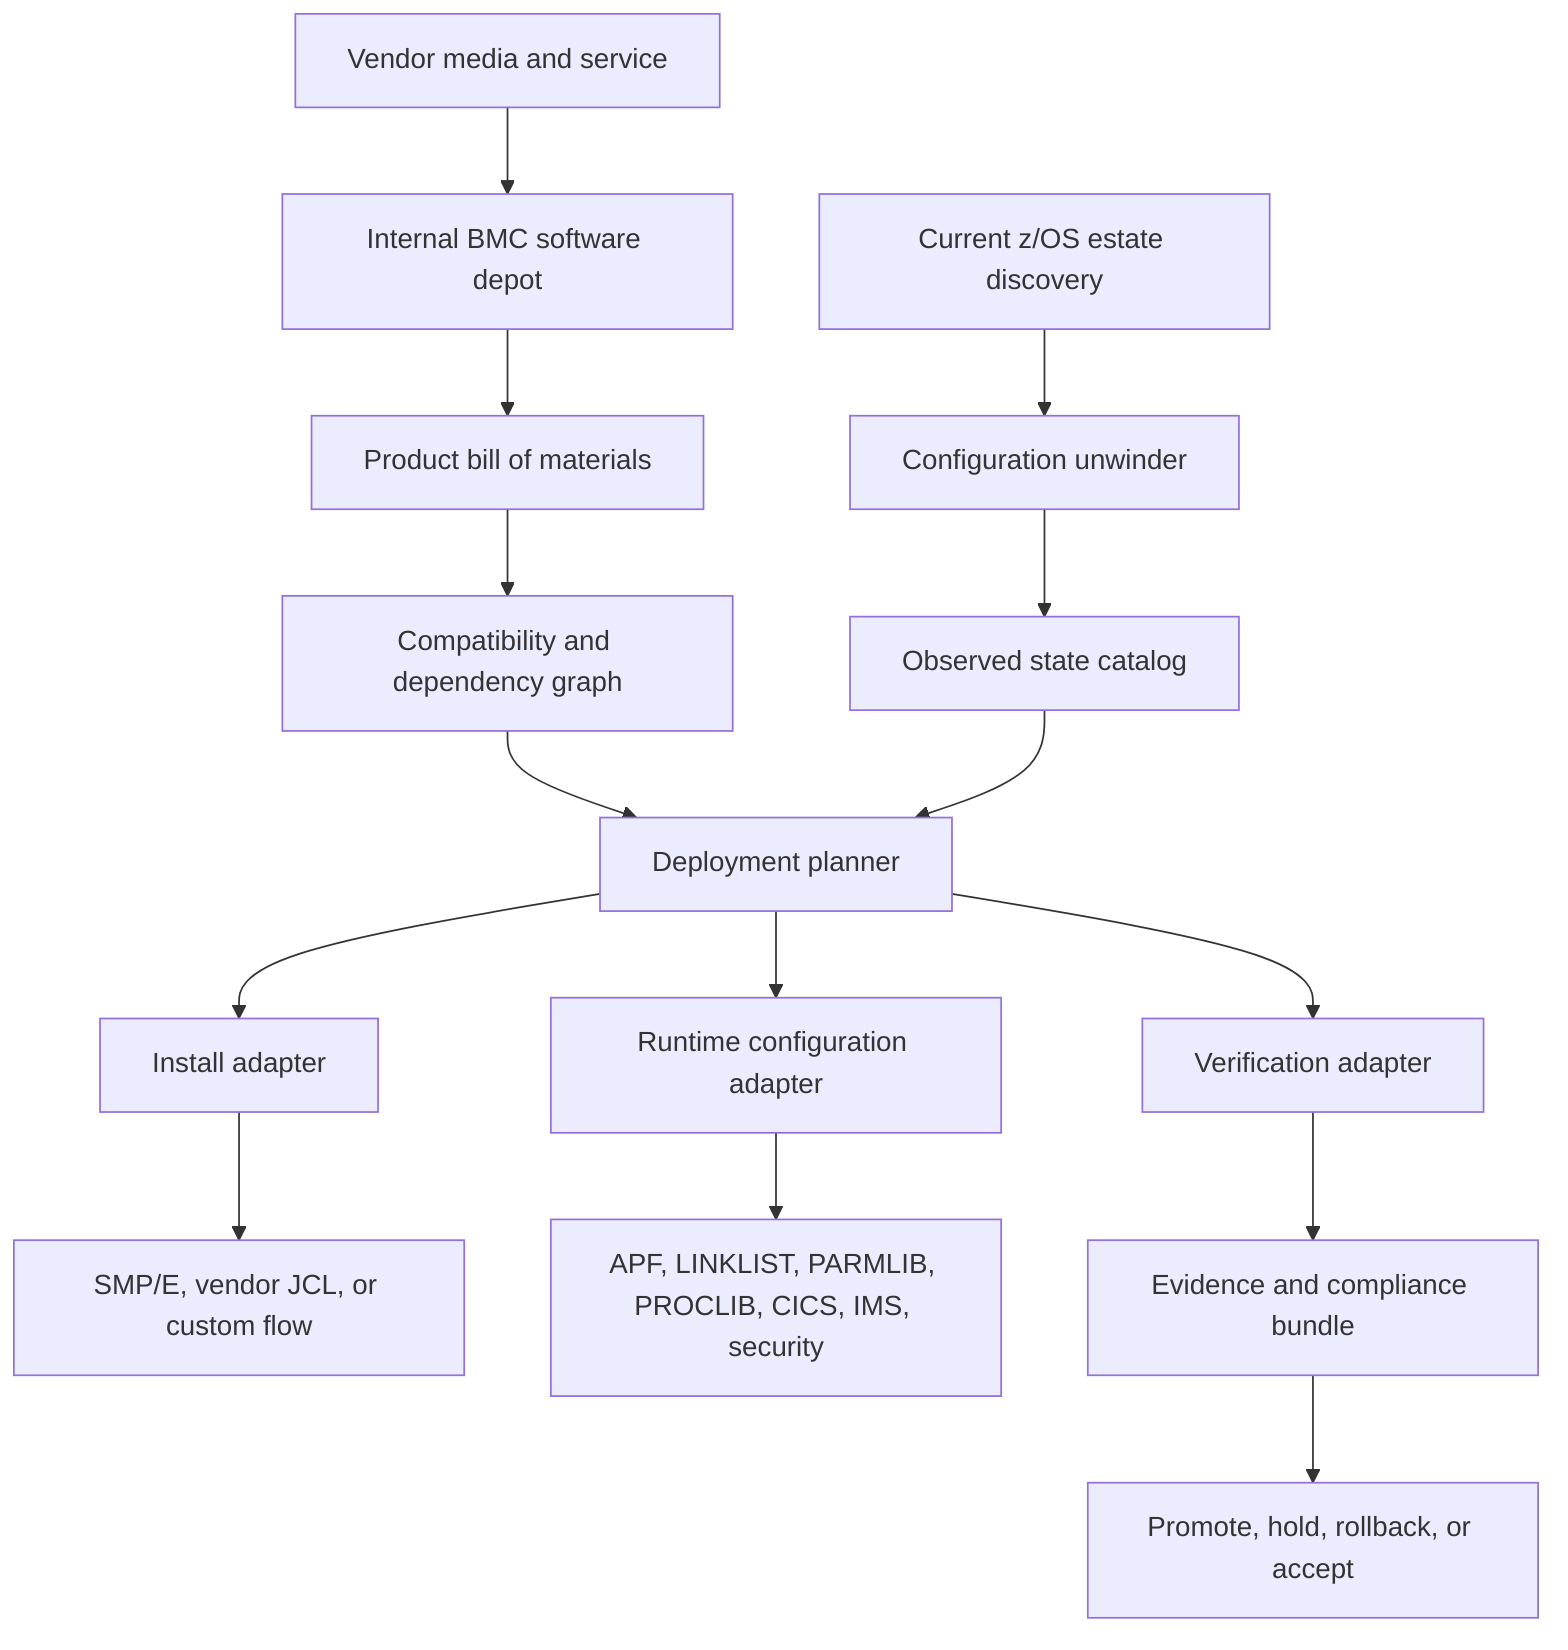
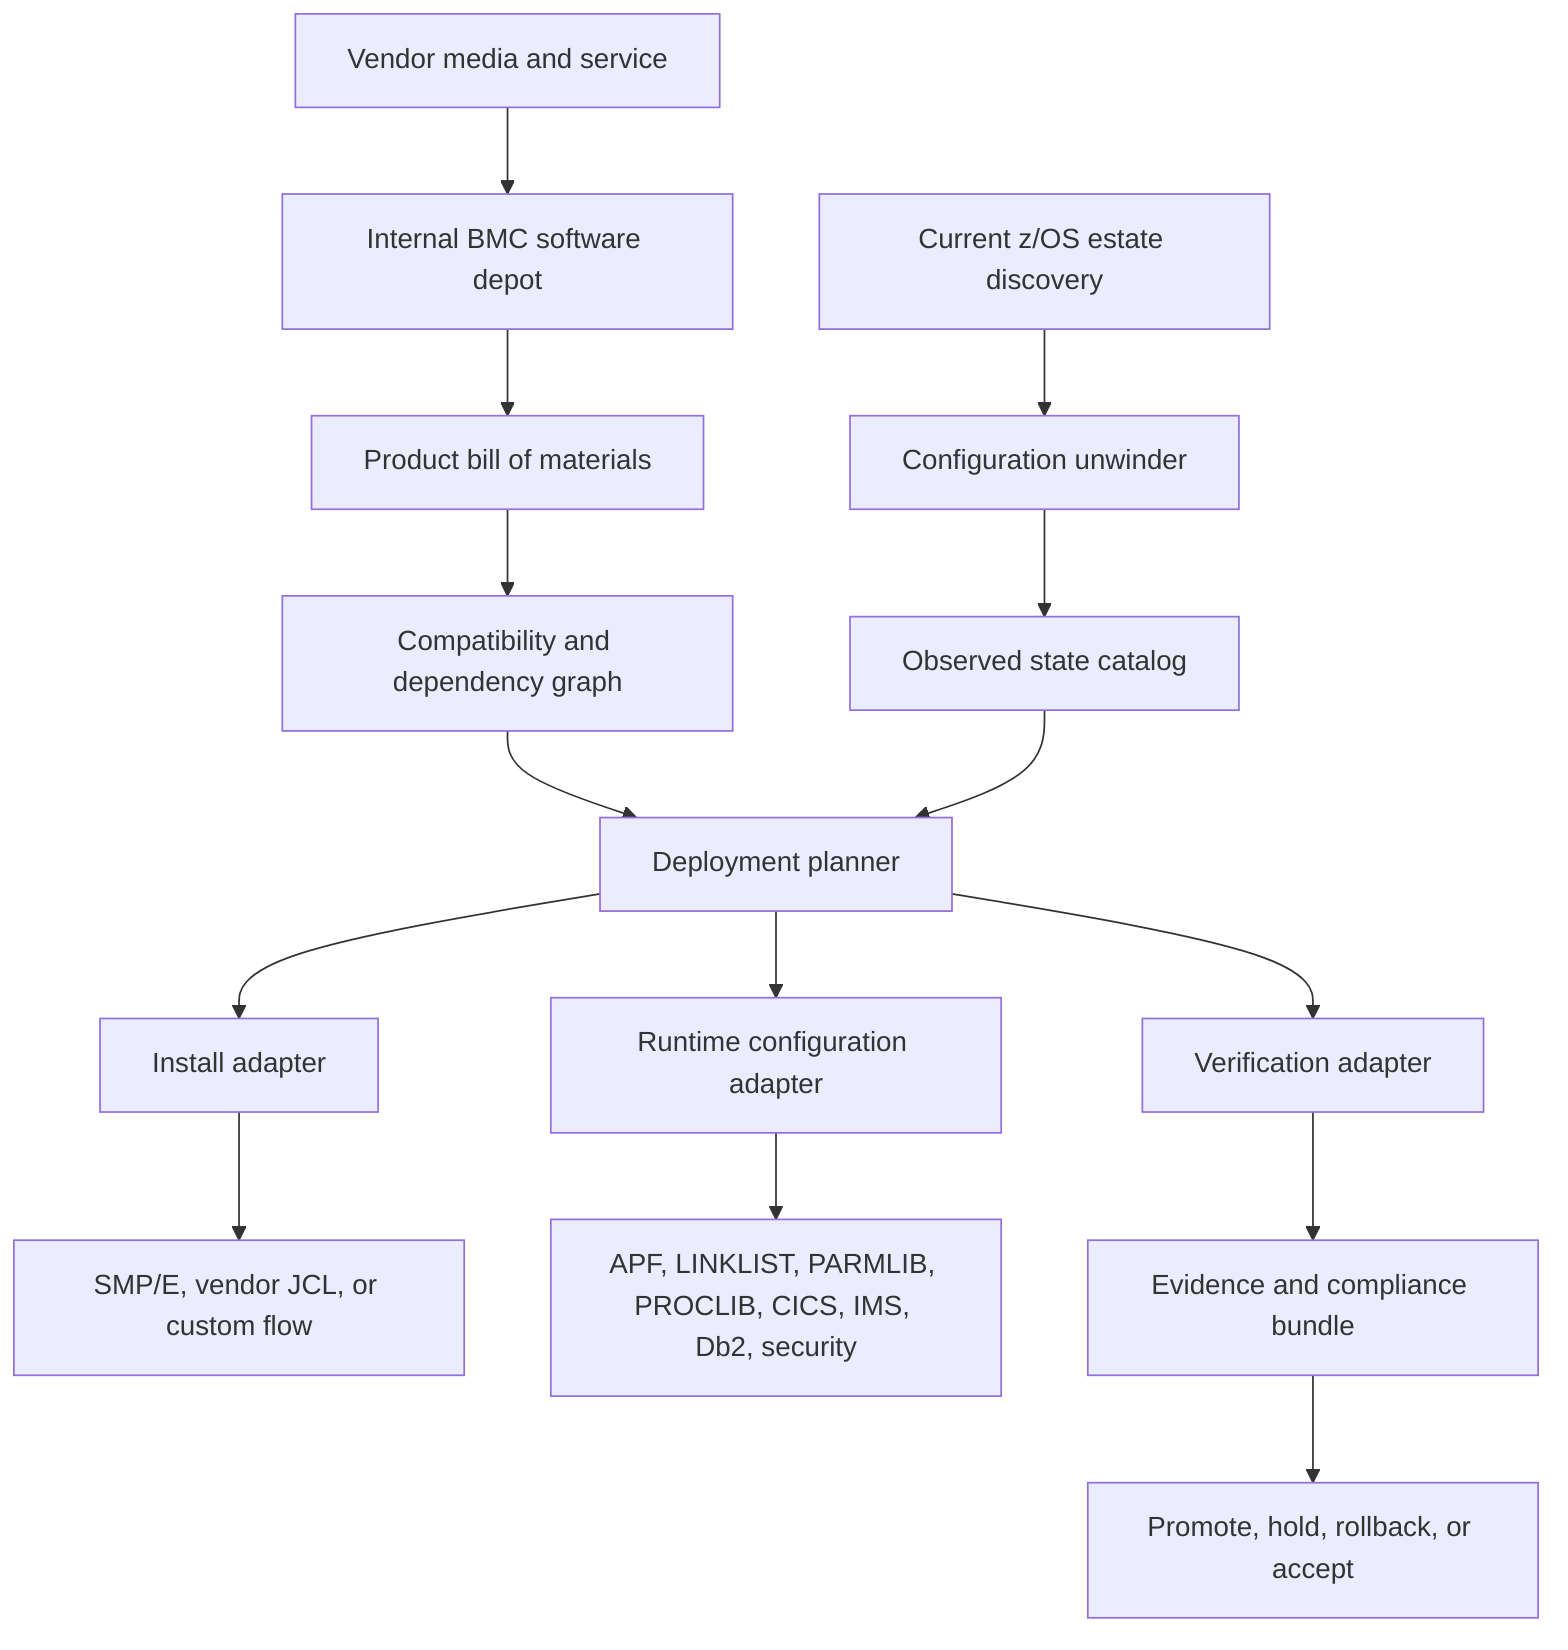
flowchart TD
    A["Vendor media and service"] --> B["Internal BMC software depot"]
    B --> C["Product bill of materials"]
    C --> D["Compatibility and dependency graph"]
    D --> E["Deployment planner"]

    F["Current z/OS estate discovery"] --> G["Configuration unwinder"]
    G --> H["Observed state catalog"]
    H --> E

    E --> I["Install adapter"]
    E --> J["Runtime configuration adapter"]
    E --> K["Verification adapter"]

    I --> L["SMP/E, vendor JCL, or custom flow"]
-     J --> M["APF, LINKLIST, PARMLIB, PROCLIB, CICS, IMS, security"]
+     J --> M["APF, LINKLIST, PARMLIB, PROCLIB, CICS, IMS, Db2, security"]
    K --> N["Evidence and compliance bundle"]

    N --> O["Promote, hold, rollback, or accept"]
